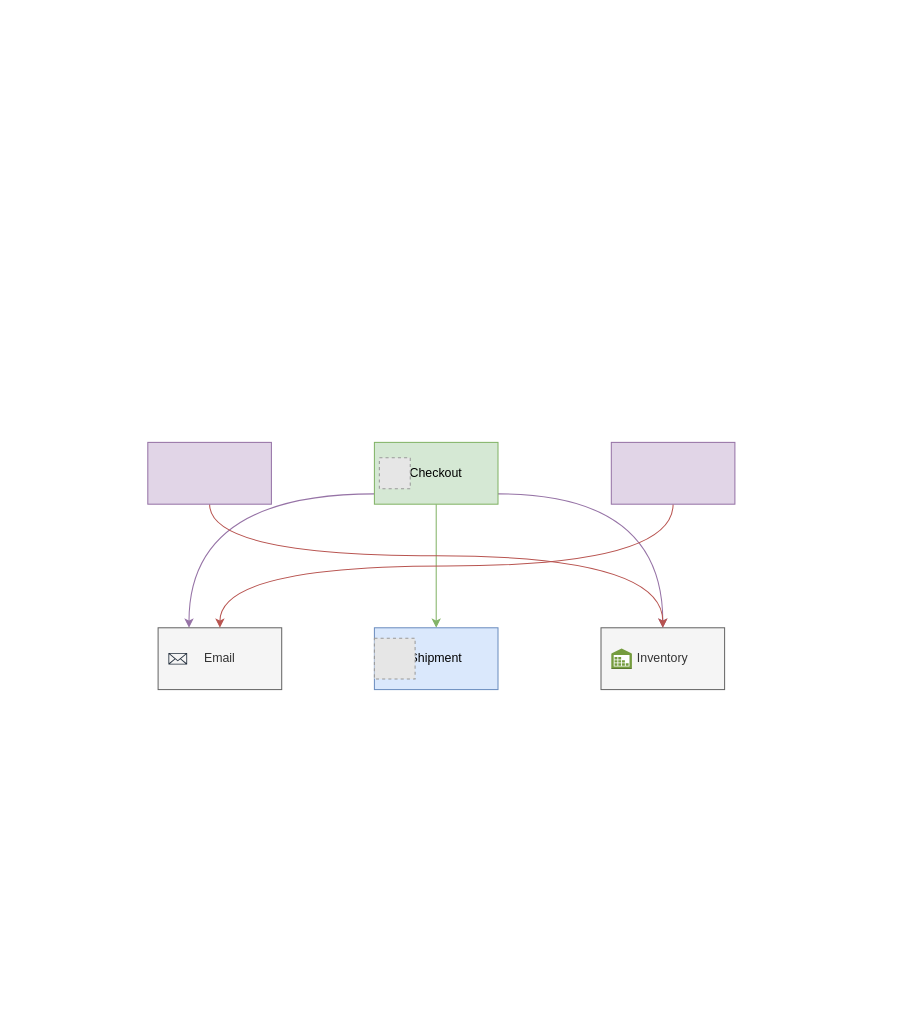
Earlier version of the draw.io diagram Untitled Diagram.drawio (duyphuong13/drawio). Source tidied: cells renumbered, new cells numbered last; positions are measured from the earlier drawing's top-left corner, leaving out a move shared by most shapes. Both pictures are drawn from the tidied source at 103%, with x=0, y=0 at pixel (147, 442). Pictures stored in the file or linked from it are replaced by grey dashed boxes.
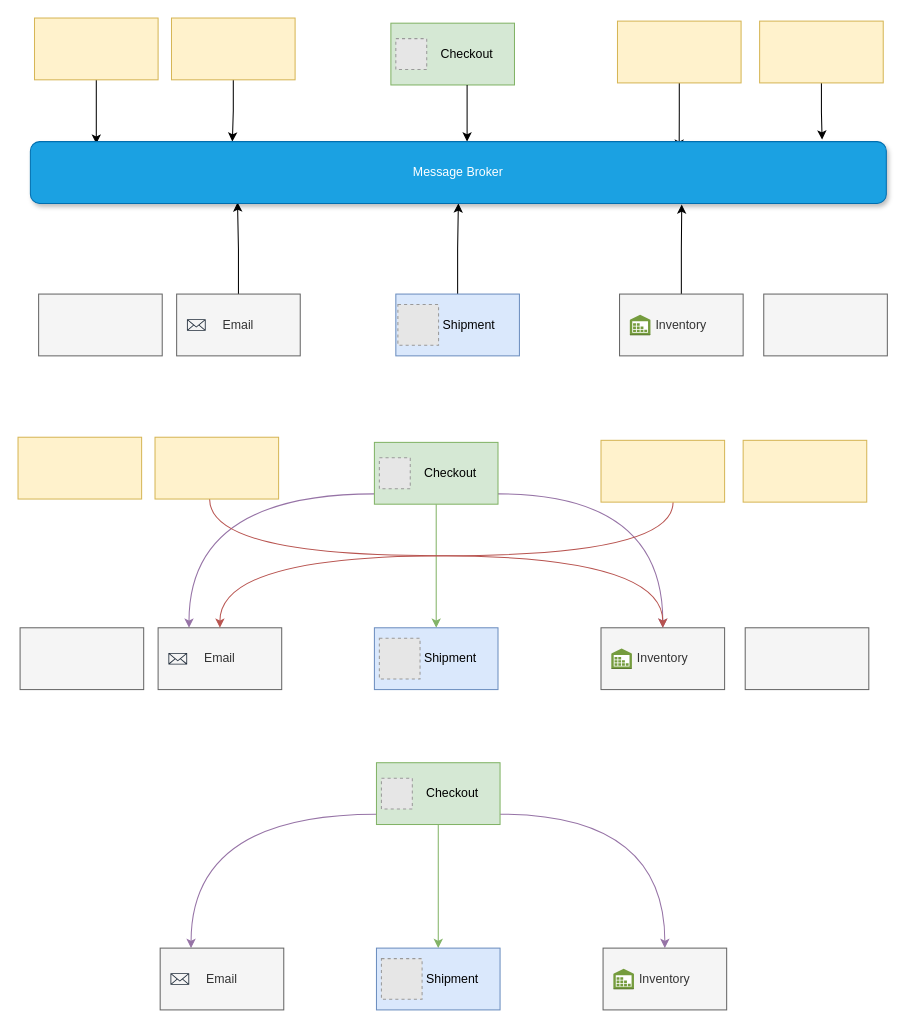
The same diagram, later.

The change refers to these unchanged cells:
```xml
<mxCell id="7" value="Email" style="rounded=0;whiteSpace=wrap;html=1;fillColor=#f5f5f5;fontColor=#333333;strokeColor=#666666;" parent="1" vertex="1">
  <mxGeometry x="10" y="180" width="120" height="60" as="geometry" />
</mxCell>
```

Diff of the diagram source:
```diff
@@
-    <mxCell id="5" value="Checkout" style="rounded=0;whiteSpace=wrap;html=1;fillColor=#d5e8d4;strokeColor=#82b366;" parent="1" vertex="1">
+    <mxCell id="5" style="rounded=0;whiteSpace=wrap;html=1;fillColor=#d5e8d4;strokeColor=#82b366;" parent="1" vertex="1">
       <mxGeometry x="220" width="120" height="60" as="geometry" />
     </mxCell>
-    <mxCell id="6" value="Shipment" style="rounded=0;whiteSpace=wrap;html=1;fillColor=#dae8fc;strokeColor=#6c8ebf;" parent="1" vertex="1">
+    <mxCell id="6" style="rounded=0;whiteSpace=wrap;html=1;fillColor=#dae8fc;strokeColor=#6c8ebf;" parent="1" vertex="1">
       <mxGeometry x="220" y="180" width="120" height="60" as="geometry" />
     </mxCell>
@@
-    <mxCell id="10" style="rounded=0;whiteSpace=wrap;html=1;fillColor=#e1d5e7;strokeColor=#9673a6;" parent="1" vertex="1">
-      <mxGeometry width="120" height="60" as="geometry" />
+    <mxCell id="10" style="rounded=0;whiteSpace=wrap;html=1;fillColor=#fff2cc;strokeColor=#d6b656;" parent="1" vertex="1">
+      <mxGeometry x="7" y="-5" width="120" height="60" as="geometry" />
     </mxCell>
     <mxCell id="11" style="edgeStyle=orthogonalEdgeStyle;curved=1;jettySize=auto;html=1;entryX=0.5;entryY=0;entryDx=0;entryDy=0;fillColor=#f8cecc;strokeColor=#b85450;" parent="1" edge="1" source="12" target="7">
       <mxGeometry relative="1" as="geometry">
         <Array as="points">
-          <mxPoint x="510" y="120" />
-          <mxPoint x="70" y="120" />
+          <mxPoint x="510" y="110" />
+          <mxPoint x="70" y="110" />
         </Array>
       </mxGeometry>
     </mxCell>
-    <mxCell id="12" style="rounded=0;whiteSpace=wrap;html=1;fillColor=#e1d5e7;strokeColor=#9673a6;" parent="1" vertex="1">
-      <mxGeometry x="450" width="120" height="60" as="geometry" />
+    <mxCell id="12" style="rounded=0;whiteSpace=wrap;html=1;fillColor=#fff2cc;strokeColor=#d6b656;" parent="1" vertex="1">
+      <mxGeometry x="440" y="-2" width="120" height="60" as="geometry" />
     </mxCell>
@@
     <mxCell id="14" style="fillColor=#E6E6E6;strokeColor=#999999;dashed=1;html=1;verticalAlign=top;verticalLabelPosition=bottom;labelBackgroundColor=#ffffff;" parent="1" vertex="1">
-      <mxGeometry x="220" y="190.2" width="39.5" height="39.5" as="geometry" />
+      <mxGeometry x="224.8" y="190.2" width="39.5" height="39.5" as="geometry" />
     </mxCell>
@@
+    <mxCell id="17" value="Shipment" style="text;html=1;strokeColor=none;fillColor=none;align=center;verticalAlign=middle;whiteSpace=wrap;rounded=0;" parent="1" vertex="1">
+      <mxGeometry x="264.2" y="195" width="60" height="30" as="geometry" />
+    </mxCell>
+    <mxCell id="18" value="Checkout" style="text;html=1;strokeColor=none;fillColor=none;align=center;verticalAlign=middle;whiteSpace=wrap;rounded=0;" parent="1" vertex="1">
+      <mxGeometry x="264.2" y="15" width="60" height="30" as="geometry" />
+    </mxCell>
+    <mxCell id="19" style="edgeStyle=orthogonalEdgeStyle;jettySize=auto;html=1;curved=1;fillColor=#d5e8d4;strokeColor=#82b366;" parent="1" edge="1" source="22" target="23">
+      <mxGeometry relative="1" as="geometry" />
+    </mxCell>
+    <mxCell id="20" style="edgeStyle=orthogonalEdgeStyle;curved=1;jettySize=auto;html=1;fillColor=#e1d5e7;strokeColor=#9673a6;" parent="1" edge="1" source="22" target="25">
+      <mxGeometry relative="1" as="geometry">
+        <Array as="points">
+          <mxPoint x="502" y="361" />
+        </Array>
+      </mxGeometry>
+    </mxCell>
+    <mxCell id="21" style="edgeStyle=orthogonalEdgeStyle;curved=1;jettySize=auto;html=1;entryX=0.25;entryY=0;entryDx=0;entryDy=0;fillColor=#e1d5e7;strokeColor=#9673a6;" parent="1" edge="1" source="22" target="24">
+      <mxGeometry relative="1" as="geometry">
+        <Array as="points">
+          <mxPoint x="42" y="361" />
+        </Array>
+      </mxGeometry>
+    </mxCell>
+    <mxCell id="22" style="rounded=0;whiteSpace=wrap;html=1;fillColor=#d5e8d4;strokeColor=#82b366;" parent="1" vertex="1">
+      <mxGeometry x="222" y="311" width="120" height="60" as="geometry" />
+    </mxCell>
+    <mxCell id="23" style="rounded=0;whiteSpace=wrap;html=1;fillColor=#dae8fc;strokeColor=#6c8ebf;" parent="1" vertex="1">
+      <mxGeometry x="222" y="491" width="120" height="60" as="geometry" />
+    </mxCell>
+    <mxCell id="24" value="Email" style="rounded=0;whiteSpace=wrap;html=1;fillColor=#f5f5f5;fontColor=#333333;strokeColor=#666666;" parent="1" vertex="1">
+      <mxGeometry x="12" y="491" width="120" height="60" as="geometry" />
+    </mxCell>
+    <mxCell id="25" value="Inventory" style="rounded=0;whiteSpace=wrap;html=1;fillColor=#f5f5f5;strokeColor=#666666;fontColor=#333333;" parent="1" vertex="1">
+      <mxGeometry x="442" y="491" width="120" height="60" as="geometry" />
+    </mxCell>
+    <mxCell id="26" style="fillColor=#E6E6E6;strokeColor=#999999;dashed=1;html=1;verticalAlign=top;verticalLabelPosition=bottom;labelBackgroundColor=#ffffff;" parent="1" vertex="1">
+      <mxGeometry x="226.8" y="326" width="30" height="30" as="geometry" />
+    </mxCell>
+    <mxCell id="27" style="fillColor=#E6E6E6;strokeColor=#999999;dashed=1;html=1;verticalAlign=top;verticalLabelPosition=bottom;labelBackgroundColor=#ffffff;" parent="1" vertex="1">
+      <mxGeometry x="226.8" y="501.2" width="39.5" height="39.5" as="geometry" />
+    </mxCell>
+    <mxCell id="28" style="sketch=0;fontColor=#232F3E;gradientColor=none;fillColor=#232F3D;strokeColor=none;dashed=0;verticalLabelPosition=bottom;verticalAlign=top;align=center;html=1;fontSize=12;fontStyle=0;shape=mxgraph.aws4.email_2;" parent="1" vertex="1">
+      <mxGeometry x="22" y="515.3" width="18.2" height="11.4" as="geometry" />
+    </mxCell>
+    <mxCell id="29" style="dashed=0;verticalLabelPosition=bottom;verticalAlign=top;align=center;html=1;shape=mxgraph.aws3.inventory;fillColor=#759C3E;gradientColor=none;" parent="1" vertex="1">
+      <mxGeometry x="452" y="511" width="20" height="20" as="geometry" />
+    </mxCell>
+    <mxCell id="30" value="Shipment" style="text;html=1;strokeColor=none;fillColor=none;align=center;verticalAlign=middle;whiteSpace=wrap;rounded=0;" parent="1" vertex="1">
+      <mxGeometry x="266.2" y="506" width="60" height="30" as="geometry" />
+    </mxCell>
+    <mxCell id="31" value="Checkout" style="text;html=1;strokeColor=none;fillColor=none;align=center;verticalAlign=middle;whiteSpace=wrap;rounded=0;" parent="1" vertex="1">
+      <mxGeometry x="266.2" y="326" width="60" height="30" as="geometry" />
+    </mxCell>
+    <mxCell id="32" style="rounded=0;whiteSpace=wrap;html=1;fillColor=#fff2cc;strokeColor=#d6b656;" parent="1" vertex="1">
+      <mxGeometry x="-126" y="-5" width="120" height="60" as="geometry" />
+    </mxCell>
+    <mxCell id="33" style="rounded=0;whiteSpace=wrap;html=1;fillColor=#fff2cc;strokeColor=#d6b656;" parent="1" vertex="1">
+      <mxGeometry x="578" y="-2" width="120" height="60" as="geometry" />
+    </mxCell>
+    <mxCell id="34" style="rounded=0;whiteSpace=wrap;html=1;fillColor=#f5f5f5;fontColor=#333333;strokeColor=#666666;" parent="1" vertex="1">
+      <mxGeometry x="-124" y="180" width="120" height="60" as="geometry" />
+    </mxCell>
+    <mxCell id="35" style="rounded=0;whiteSpace=wrap;html=1;fillColor=#f5f5f5;fontColor=#333333;strokeColor=#666666;" parent="1" vertex="1">
+      <mxGeometry x="580" y="180" width="120" height="60" as="geometry" />
+    </mxCell>
+    <mxCell id="36" style="rounded=0;whiteSpace=wrap;html=1;fillColor=#d5e8d4;strokeColor=#82b366;" parent="1" vertex="1">
+      <mxGeometry x="236" y="-407" width="120" height="60" as="geometry" />
+    </mxCell>
+    <mxCell id="37" style="edgeStyle=orthogonalEdgeStyle;rounded=0;jettySize=auto;html=1;entryX=0.5;entryY=1;entryDx=0;entryDy=0;" parent="1" edge="1" source="38" target="60">
+      <mxGeometry relative="1" as="geometry" />
+    </mxCell>
+    <mxCell id="38" style="rounded=0;whiteSpace=wrap;html=1;fillColor=#dae8fc;strokeColor=#6c8ebf;" parent="1" vertex="1">
+      <mxGeometry x="240.8" y="-144" width="120" height="60" as="geometry" />
+    </mxCell>
+    <mxCell id="39" style="edgeStyle=orthogonalEdgeStyle;rounded=0;jettySize=auto;html=1;entryX=0.242;entryY=0.983;entryDx=0;entryDy=0;entryPerimeter=0;" parent="1" edge="1" source="40" target="60">
+      <mxGeometry relative="1" as="geometry" />
+    </mxCell>
+    <mxCell id="40" value="Email" style="rounded=0;whiteSpace=wrap;html=1;fillColor=#f5f5f5;fontColor=#333333;strokeColor=#666666;" parent="1" vertex="1">
+      <mxGeometry x="28" y="-144" width="120" height="60" as="geometry" />
+    </mxCell>
+    <mxCell id="41" style="edgeStyle=orthogonalEdgeStyle;rounded=0;jettySize=auto;html=1;entryX=0.761;entryY=1.017;entryDx=0;entryDy=0;entryPerimeter=0;" parent="1" edge="1" source="42" target="60">
+      <mxGeometry relative="1" as="geometry" />
+    </mxCell>
+    <mxCell id="42" value="Inventory" style="rounded=0;whiteSpace=wrap;html=1;fillColor=#f5f5f5;strokeColor=#666666;fontColor=#333333;" parent="1" vertex="1">
+      <mxGeometry x="458" y="-144" width="120" height="60" as="geometry" />
+    </mxCell>
+    <mxCell id="43" style="edgeStyle=orthogonalEdgeStyle;rounded=0;jettySize=auto;html=1;entryX=0.236;entryY=0;entryDx=0;entryDy=0;entryPerimeter=0;" parent="1" edge="1" source="44" target="60">
+      <mxGeometry relative="1" as="geometry" />
+    </mxCell>
+    <mxCell id="44" style="rounded=0;whiteSpace=wrap;html=1;fillColor=#fff2cc;strokeColor=#d6b656;" parent="1" vertex="1">
+      <mxGeometry x="23" y="-412" width="120" height="60" as="geometry" />
+    </mxCell>
+    <mxCell id="45" style="edgeStyle=orthogonalEdgeStyle;rounded=0;jettySize=auto;html=1;entryX=0.758;entryY=0.117;entryDx=0;entryDy=0;entryPerimeter=0;" parent="1" edge="1" source="46" target="60">
+      <mxGeometry relative="1" as="geometry" />
+    </mxCell>
+    <mxCell id="46" style="rounded=0;whiteSpace=wrap;html=1;fillColor=#fff2cc;strokeColor=#d6b656;" parent="1" vertex="1">
+      <mxGeometry x="456" y="-409" width="120" height="60" as="geometry" />
+    </mxCell>
+    <mxCell id="47" style="fillColor=#E6E6E6;strokeColor=#999999;dashed=1;html=1;verticalAlign=top;verticalLabelPosition=bottom;labelBackgroundColor=#ffffff;" parent="1" vertex="1">
+      <mxGeometry x="240.8" y="-392" width="30" height="30" as="geometry" />
+    </mxCell>
+    <mxCell id="48" style="fillColor=#E6E6E6;strokeColor=#999999;dashed=1;html=1;verticalAlign=top;verticalLabelPosition=bottom;labelBackgroundColor=#ffffff;" parent="1" vertex="1">
+      <mxGeometry x="242.8" y="-133.8" width="39.5" height="39.5" as="geometry" />
+    </mxCell>
+    <mxCell id="49" style="sketch=0;fontColor=#232F3E;gradientColor=none;fillColor=#232F3D;strokeColor=none;dashed=0;verticalLabelPosition=bottom;verticalAlign=top;align=center;html=1;fontSize=12;fontStyle=0;shape=mxgraph.aws4.email_2;" parent="1" vertex="1">
+      <mxGeometry x="38" y="-119.7" width="18.2" height="11.4" as="geometry" />
+    </mxCell>
+    <mxCell id="50" style="dashed=0;verticalLabelPosition=bottom;verticalAlign=top;align=center;html=1;shape=mxgraph.aws3.inventory;fillColor=#759C3E;gradientColor=none;" parent="1" vertex="1">
+      <mxGeometry x="468" y="-124" width="20" height="20" as="geometry" />
+    </mxCell>
+    <mxCell id="51" value="Shipment" style="text;html=1;strokeColor=none;fillColor=none;align=center;verticalAlign=middle;whiteSpace=wrap;rounded=0;" parent="1" vertex="1">
+      <mxGeometry x="282.2" y="-129" width="60" height="30" as="geometry" />
+    </mxCell>
+    <mxCell id="52" style="edgeStyle=orthogonalEdgeStyle;rounded=0;jettySize=auto;html=1;" parent="1" edge="1" target="60">
+      <mxGeometry relative="1" as="geometry">
+        <mxPoint x="310" y="-347" as="sourcePoint" />
+        <Array as="points">
+          <mxPoint x="310" y="-305" />
+          <mxPoint x="310" y="-305" />
+        </Array>
+      </mxGeometry>
+    </mxCell>
+    <mxCell id="53" value="Checkout" style="text;html=1;strokeColor=none;fillColor=none;align=center;verticalAlign=middle;whiteSpace=wrap;rounded=0;" parent="1" vertex="1">
+      <mxGeometry x="280.2" y="-392" width="60" height="30" as="geometry" />
+    </mxCell>
+    <mxCell id="54" style="edgeStyle=orthogonalEdgeStyle;rounded=0;jettySize=auto;html=1;entryX=0.077;entryY=0.033;entryDx=0;entryDy=0;entryPerimeter=0;" parent="1" edge="1" source="55" target="60">
+      <mxGeometry relative="1" as="geometry" />
+    </mxCell>
+    <mxCell id="55" style="rounded=0;whiteSpace=wrap;html=1;fillColor=#fff2cc;strokeColor=#d6b656;" parent="1" vertex="1">
+      <mxGeometry x="-110" y="-412" width="120" height="60" as="geometry" />
+    </mxCell>
+    <mxCell id="56" style="edgeStyle=orthogonalEdgeStyle;rounded=0;jettySize=auto;html=1;entryX=0.925;entryY=-0.033;entryDx=0;entryDy=0;entryPerimeter=0;" parent="1" edge="1" source="57" target="60">
+      <mxGeometry relative="1" as="geometry" />
+    </mxCell>
+    <mxCell id="57" style="rounded=0;whiteSpace=wrap;html=1;fillColor=#fff2cc;strokeColor=#d6b656;" parent="1" vertex="1">
+      <mxGeometry x="594" y="-409" width="120" height="60" as="geometry" />
+    </mxCell>
+    <mxCell id="58" style="rounded=0;whiteSpace=wrap;html=1;fillColor=#f5f5f5;fontColor=#333333;strokeColor=#666666;" parent="1" vertex="1">
+      <mxGeometry x="-106" y="-144" width="120" height="60" as="geometry" />
+    </mxCell>
+    <mxCell id="59" style="rounded=0;whiteSpace=wrap;html=1;fillColor=#f5f5f5;fontColor=#333333;strokeColor=#666666;" parent="1" vertex="1">
+      <mxGeometry x="598" y="-144" width="120" height="60" as="geometry" />
+    </mxCell>
+    <mxCell id="60" value="Message Broker" style="rounded=1;whiteSpace=wrap;html=1;fillColor=#1ba1e2;fontColor=#ffffff;strokeColor=#006EAF;sketch=0;shadow=1;glass=0;" parent="1" vertex="1">
+      <mxGeometry x="-114" y="-292" width="831" height="60" as="geometry" />
+    </mxCell>
```
